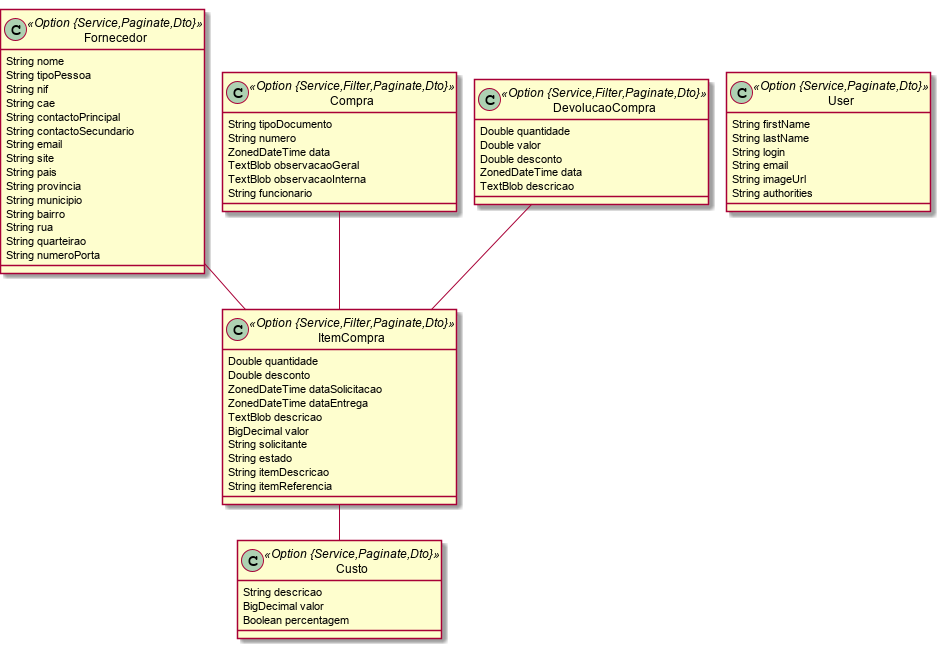
Above: Compra.png in ravunana/negocio-domain (PlantUML), before the change.
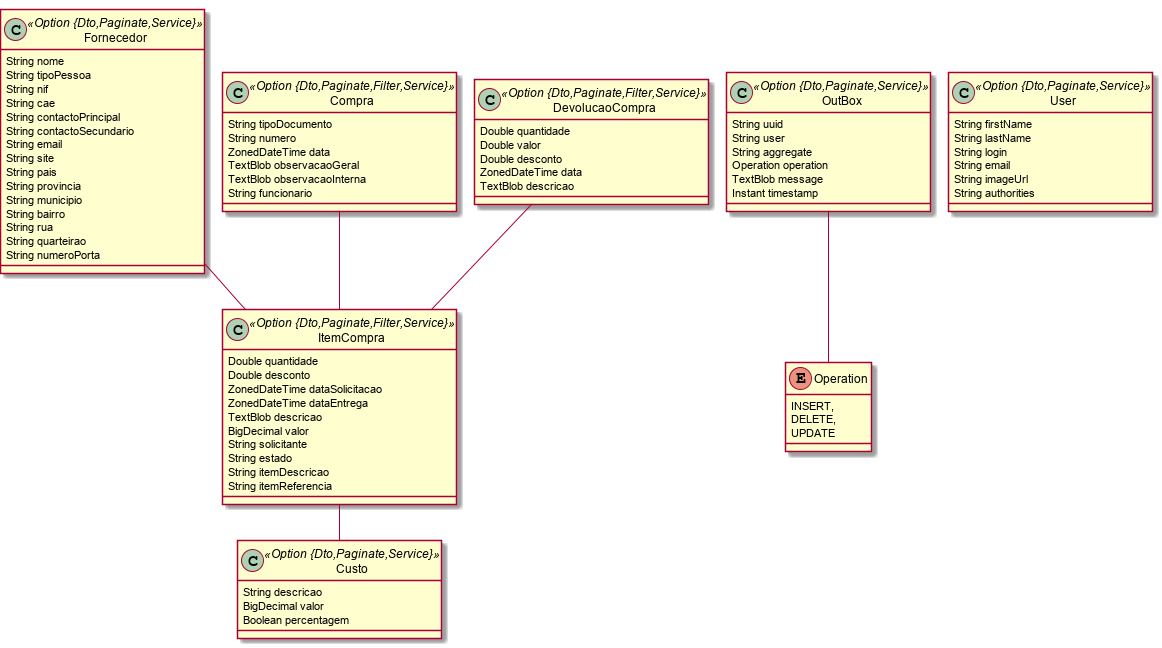
The same file after the commit.

The edit, as a diff of the source:
```diff
@@ -1,7 +1,7 @@
 @startuml
 	!pragma graphviz_dot jdot
 	!pragma syntax class
-	class Fornecedor <<Option {Service,Paginate,Dto}>> {
+	class Fornecedor <<Option {Dto,Paginate,Service}>> {
 		String nome
 		String tipoPessoa
 		String nif
@@ -18,7 +18,7 @@
 		String quarteirao
 		String numeroPorta
 	}
-	class Compra <<Option {Service,Filter,Paginate,Dto}>> {
+	class Compra <<Option {Dto,Paginate,Filter,Service}>> {
 		String tipoDocumento
 		String numero
 		ZonedDateTime data
@@ -26,7 +26,7 @@
 		TextBlob observacaoInterna
 		String funcionario
 	}
-	class ItemCompra <<Option {Service,Filter,Paginate,Dto}>> {
+	class ItemCompra <<Option {Dto,Paginate,Filter,Service}>> {
 		Double quantidade
 		Double desconto
 		ZonedDateTime dataSolicitacao
@@ -38,23 +38,37 @@
 		String itemDescricao
 		String itemReferencia
 	}
-	class DevolucaoCompra <<Option {Service,Filter,Paginate,Dto}>> {
+	class DevolucaoCompra <<Option {Dto,Paginate,Filter,Service}>> {
 		Double quantidade
 		Double valor
 		Double desconto
 		ZonedDateTime data
 		TextBlob descricao
 	}
-	class Custo <<Option {Service,Paginate,Dto}>> {
+	class Custo <<Option {Dto,Paginate,Service}>> {
 		String descricao
 		BigDecimal valor
 		Boolean percentagem
 	}
+	enum Operation {
+		INSERT,
+		DELETE,
+		UPDATE
+	}
+	class OutBox <<Option {Dto,Paginate,Service}>> {
+		String uuid
+		String user
+		String aggregate
+		Operation operation
+		TextBlob message
+		Instant timestamp
+	}
+	OutBox ..> Operation
 	Compra  "0..1 " --o "compra(numero)  1..* "  ItemCompra
 	Fornecedor  "0..1 " --o "fornecedor(nome)  1..* "  ItemCompra
 	ItemCompra  "0..1 " --o "item(itemDescricao)  1..* "  Custo
 	DevolucaoCompra  "item 0..1 " -- "0..1 "  ItemCompra
-	class User <<Option {Service,Paginate,Dto}>> {
+	class User <<Option {Dto,Paginate,Service}>> {
 		String firstName
 		String lastName
 		String login
```
